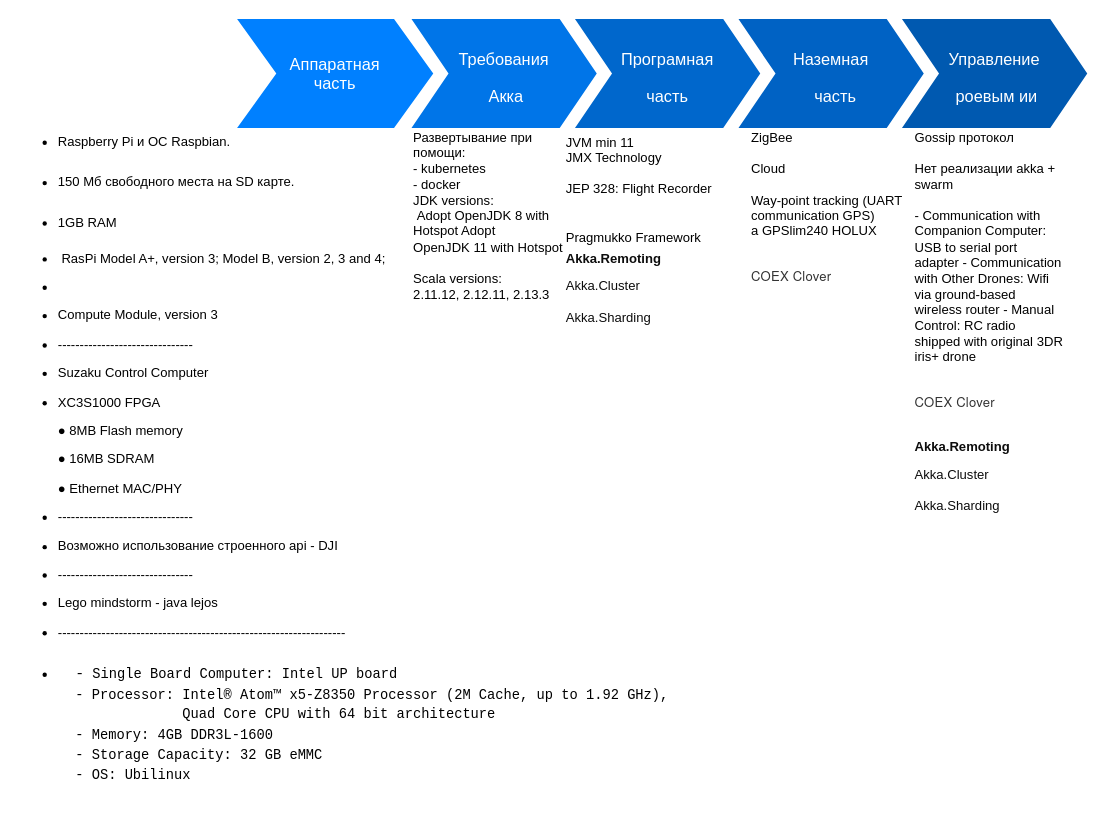
The draw.io diagram Untitled Diagram.drawio in friendlycoconut/ML_NURE_19, before the edit. Source tidied: cells renumbered, new cells numbered last; positions are measured from the earlier drawing's top-left corner, leaving out a move shared by most shapes. Both pictures are drawn from the tidied source at 109%, with x=0, y=0 at pixel (19, 19).
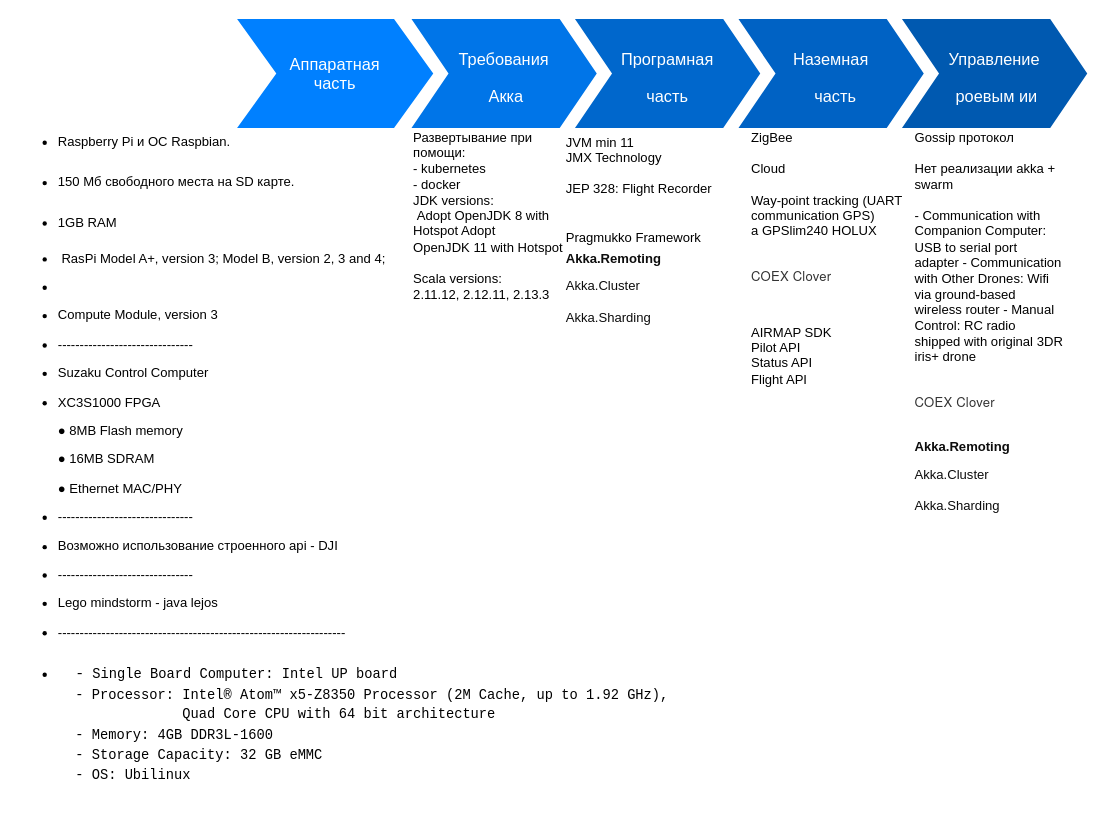
Above is the later version.

The edit, as a diff of the source:
```diff
@@
 <mxGraphModel background="#ffffff">
   <root>
     <mxCell id="0" />
     <mxCell id="1" parent="0" />
     <mxCell id="2" value="Аппаратная&lt;br style=&quot;font-size: 15px;&quot;&gt;часть" style="shape=step;whiteSpace=wrap;html=1;fontSize=15;fillColor=#0080FF;fontColor=#FFFFFF;strokeColor=none;" parent="1" vertex="1">
       <mxGeometry x="200" width="180" height="100" as="geometry" />
     </mxCell>
     <mxCell id="3" value="&lt;font style=&quot;font-size: 15px&quot;&gt;Требования&lt;br&gt;&amp;nbsp;Акка&lt;/font&gt;" style="shape=step;whiteSpace=wrap;html=1;fontSize=28;fillColor=#0075E8;fontColor=#FFFFFF;strokeColor=none;" parent="1" vertex="1">
       <mxGeometry x="360" width="170" height="100" as="geometry" />
     </mxCell>
     <mxCell id="4" value="&lt;font style=&quot;font-size: 15px&quot;&gt;Програмная &lt;br&gt;часть&lt;/font&gt;" style="shape=step;whiteSpace=wrap;html=1;fontSize=28;fillColor=#0067CC;fontColor=#FFFFFF;strokeColor=none;" parent="1" vertex="1">
       <mxGeometry x="510" width="170" height="100" as="geometry" />
     </mxCell>
     <mxCell id="5" value="&lt;span style=&quot;font-size: 15px&quot;&gt;Наземная&lt;br&gt;&amp;nbsp; часть&lt;/span&gt;" style="shape=step;whiteSpace=wrap;html=1;fontSize=28;fillColor=#0062C4;fontColor=#FFFFFF;strokeColor=none;" parent="1" vertex="1">
       <mxGeometry x="660" width="170" height="100" as="geometry" />
     </mxCell>
     <mxCell id="6" value="&lt;font style=&quot;font-size: 15px&quot;&gt;Управление&lt;br&gt;&amp;nbsp;роевым ии&lt;/font&gt;" style="shape=step;whiteSpace=wrap;html=1;fontSize=28;fillColor=#0059B0;fontColor=#FFFFFF;strokeColor=none;" parent="1" vertex="1">
       <mxGeometry x="810" width="170" height="100" as="geometry" />
     </mxCell>
     <mxCell id="7" value="&lt;p&gt;&lt;/p&gt;&lt;ul style=&quot;margin: 0px 0px 0px 34px ; padding: 0px ; background-color: rgb(255 , 255 , 255)&quot;&gt;&lt;li style=&quot;padding: 0px 0px 9px ; line-height: 1.6&quot;&gt;&lt;font style=&quot;font-size: 12px&quot;&gt;Raspberry Pi и ОС Raspbian.&lt;/font&gt;&lt;/li&gt;&lt;/ul&gt;&lt;ul style=&quot;margin: 0px 0px 0px 34px ; padding: 0px ; background-color: rgb(255 , 255 , 255)&quot;&gt;&lt;li style=&quot;padding: 9px 0px ; line-height: 1.6&quot;&gt;&lt;font style=&quot;font-size: 12px&quot;&gt;150 Мб свободного места на SD карте.&lt;/font&gt;&lt;/li&gt;&lt;li style=&quot;padding: 9px 0px ; line-height: 1.6&quot;&gt;1GB RAM&lt;/li&gt;&lt;/ul&gt;&lt;ul style=&quot;margin: 0px 0px 0px 34px ; padding: 0px ; background-color: rgb(255 , 255 , 255)&quot;&gt;&lt;li style=&quot;line-height: 26.4px&quot;&gt;&lt;font style=&quot;font-size: 12px&quot;&gt;&amp;nbsp;RasPi Model A+, version 3;&amp;nbsp;&lt;/font&gt;Model B, version 2, 3 and 4;&amp;nbsp;&lt;/li&gt;&lt;li style=&quot;line-height: 26.4px&quot;&gt;&lt;br&gt;&lt;/li&gt;&lt;li style=&quot;line-height: 26.4px&quot;&gt;Compute Module, version 3&lt;/li&gt;&lt;li style=&quot;line-height: 26.4px&quot;&gt;-------------------------------&lt;/li&gt;&lt;li style=&quot;line-height: 26.4px&quot;&gt;Suzaku Control Computer&lt;br&gt;&lt;/li&gt;&lt;li style=&quot;line-height: 26.4px&quot;&gt;XC3S1000 FPGA&lt;br&gt;● 8MB Flash memory&lt;br&gt;● 16MB SDRAM&lt;br&gt;● Ethernet MAC/PHY&lt;br&gt;&lt;/li&gt;&lt;li style=&quot;line-height: 26.4px&quot;&gt;-------------------------------&lt;/li&gt;&lt;li style=&quot;line-height: 26.4px&quot;&gt;Возможно использование строенного api - DJI&lt;/li&gt;&lt;li style=&quot;line-height: 26.4px&quot;&gt;-------------------------------&lt;/li&gt;&lt;li style=&quot;line-height: 26.4px&quot;&gt;Lego mindstorm -&amp;nbsp;java lejos&lt;/li&gt;&lt;li style=&quot;line-height: 26.4px&quot;&gt;------------------------------------------------------------------&lt;/li&gt;&lt;li style=&quot;line-height: 26.4px&quot;&gt;&lt;pre style=&quot;box-sizing: border-box ; margin-top: 0px ; margin-bottom: 16px ; overflow-wrap: normal ; padding: 16px ; overflow: auto ; line-height: 1.45 ; border-radius: 6px&quot;&gt;&lt;code style=&quot;box-sizing: border-box ; padding: 0px ; margin: 0px ; background: transparent ; border-radius: 6px ; word-break: normal ; border: 0px ; display: inline ; overflow: visible ; line-height: inherit ; overflow-wrap: normal&quot;&gt;&lt;span style=&quot;font-size: 13.6px&quot;&gt;-&lt;/span&gt;&lt;font style=&quot;font-size: 12.6px&quot;&gt; Single Board Computer: Intel UP board&lt;br&gt;- Processor: Intel® Atom™ x5-Z8350 Processor (2M Cache, up to 1.92 GHz),&lt;br&gt;             Quad Core CPU with 64 bit architecture&lt;br&gt;- Memory: 4GB DDR3L-1600&lt;br&gt;- Storage Capacity: 32 GB eMMC&lt;br&gt;- OS: Ubilinux&lt;/font&gt;&lt;/code&gt;&lt;/pre&gt;&lt;/li&gt;&lt;/ul&gt;&lt;p&gt;&lt;/p&gt;" style="text;spacingTop=-5;fillColor=#ffffff;whiteSpace=wrap;html=1;align=left;fontSize=12;fontFamily=Helvetica;fillColor=none;strokeColor=none;" parent="1" vertex="1">
       <mxGeometry y="90" width="390" height="490" as="geometry" />
     </mxCell>
     <mxCell id="8" value="&lt;p style=&quot;margin: 5px 0px 2px ; padding: 0px ; line-height: 1.2em ; min-height: 23px&quot;&gt;&lt;font style=&quot;font-size: 12px&quot;&gt;JVM min 11&lt;br&gt;JMX Technology&lt;/font&gt;&lt;/p&gt;&lt;h1 style=&quot;padding: 0pt ; margin: 0ex 0.5ex 1ex 0pt&quot;&gt;&lt;font style=&quot;font-weight: normal ; font-size: 12px&quot;&gt;JEP 328: Flight Recorder&lt;br&gt;&lt;/font&gt;&lt;/h1&gt;&lt;div&gt;&lt;font style=&quot;font-weight: normal ; font-size: 12px&quot;&gt;&lt;br&gt;&lt;/font&gt;&lt;/div&gt;&lt;div&gt;&lt;font style=&quot;font-size: 12px&quot;&gt;Pragmukko Framework&lt;/font&gt;&lt;/div&gt;&lt;div&gt;&lt;h4 style=&quot;margin: 0px ; padding: 0px 0px 6px ; border: 0px ; outline: 0px ; vertical-align: top ; line-height: 24px ; position: relative ; color: rgb(13 , 13 , 13) ; background-color: rgb(255 , 255 , 255)&quot;&gt;&lt;font style=&quot;font-size: 12px&quot;&gt;Akka.Remoting&lt;/font&gt;&lt;/h4&gt;&lt;/div&gt;&lt;div&gt;&lt;span style=&quot;color: rgb(13 , 13 , 13) ; background-color: rgb(255 , 255 , 255)&quot;&gt;&lt;font style=&quot;font-size: 12px&quot;&gt;Akka.Cluster&lt;/font&gt;&lt;/span&gt;&lt;br&gt;&lt;/div&gt;&lt;div&gt;&lt;span style=&quot;color: rgb(13 , 13 , 13) ; background-color: rgb(255 , 255 , 255)&quot;&gt;&lt;font style=&quot;font-size: 12px&quot;&gt;&lt;br&gt;&lt;/font&gt;&lt;/span&gt;&lt;/div&gt;&lt;div&gt;&lt;span style=&quot;color: rgb(13 , 13 , 13) ; background-color: rgb(255 , 255 , 255)&quot;&gt;&lt;font style=&quot;font-size: 12px&quot;&gt;Akka.Sharding&lt;/font&gt;&lt;/span&gt;&lt;/div&gt;" style="text;spacingTop=-5;fillColor=#ffffff;whiteSpace=wrap;html=1;align=left;fontSize=12;fontFamily=Helvetica;fillColor=none;strokeColor=none;" parent="1" vertex="1">
       <mxGeometry x="500" y="100" width="160" height="470" as="geometry" />
     </mxCell>
-    <mxCell id="9" value="ZigBee&lt;br&gt;&lt;br&gt;Cloud&lt;br&gt;&lt;br&gt;Way-point tracking (UART communication GPS)&lt;br&gt;a GPSlim240 HOLUX&lt;br&gt;&lt;br&gt;&lt;h1 id=&quot;coex-clover&quot; style=&quot;box-sizing: border-box ; margin: 0px 0px 0.85em ; position: relative ; color: rgb(51 , 51 , 51) ; font-family: &amp;#34;helvetica neue&amp;#34; , &amp;#34;helvetica&amp;#34; , &amp;#34;arial&amp;#34; , sans-serif ; letter-spacing: 0.2px ; background-color: rgb(255 , 255 , 255)&quot;&gt;&lt;font style=&quot;font-weight: normal ; font-size: 12px&quot;&gt;COEX Clover&lt;/font&gt;&lt;/h1&gt;" style="text;spacingTop=-5;fillColor=#ffffff;whiteSpace=wrap;html=1;align=left;fontSize=12;fontFamily=Helvetica;fillColor=none;strokeColor=none;" parent="1" vertex="1">
+    <mxCell id="9" value="ZigBee&lt;br&gt;&lt;br&gt;Cloud&lt;br&gt;&lt;br&gt;Way-point tracking (UART communication GPS)&lt;br&gt;a GPSlim240 HOLUX&lt;br&gt;&lt;br&gt;&lt;h1 id=&quot;coex-clover&quot; style=&quot;box-sizing: border-box ; margin: 0px 0px 0.85em ; position: relative ; color: rgb(51 , 51 , 51) ; font-family: &amp;#34;helvetica neue&amp;#34; , &amp;#34;helvetica&amp;#34; , &amp;#34;arial&amp;#34; , sans-serif ; letter-spacing: 0.2px ; background-color: rgb(255 , 255 , 255)&quot;&gt;&lt;font style=&quot;font-weight: normal ; font-size: 12px&quot;&gt;COEX Clover&lt;/font&gt;&lt;/h1&gt;&lt;div&gt;&lt;font style=&quot;font-weight: normal ; font-size: 12px&quot;&gt;&lt;br&gt;&lt;/font&gt;&lt;/div&gt;&lt;div&gt;&lt;font style=&quot;font-weight: normal ; font-size: 12px&quot;&gt;AIRMAP SDK&lt;/font&gt;&lt;/div&gt;&lt;div&gt;&lt;font style=&quot;font-weight: normal ; font-size: 12px&quot;&gt;Pilot API&lt;/font&gt;&lt;/div&gt;&lt;div&gt;&lt;font style=&quot;font-weight: normal ; font-size: 12px&quot;&gt;Status API&lt;/font&gt;&lt;/div&gt;&lt;div&gt;&lt;font style=&quot;font-weight: normal ; font-size: 12px&quot;&gt;Flight API&lt;/font&gt;&lt;/div&gt;" style="text;spacingTop=-5;fillColor=#ffffff;whiteSpace=wrap;html=1;align=left;fontSize=12;fontFamily=Helvetica;fillColor=none;strokeColor=none;" parent="1" vertex="1">
       <mxGeometry x="670" y="100" width="150" height="470" as="geometry" />
     </mxCell>
     <mxCell id="10" value="&lt;font style=&quot;font-size: 12px&quot;&gt;Gossip протокол&lt;br&gt;&lt;br&gt;Нет реализации akka + swarm&lt;br&gt;&lt;br&gt;- Communication with Companion Computer: USB to serial port adapter - Communication with Other Drones: Wifi via ground-based wireless router - Manual Control: RC radio shipped with original 3DR iris+ drone&lt;br&gt;&lt;br&gt;&lt;/font&gt;&lt;h1 id=&quot;coex-clover&quot; style=&quot;box-sizing: border-box ; margin-right: 0px ; margin-bottom: 0.85em ; margin-left: 0px ; position: relative ; color: rgb(51 , 51 , 51) ; font-family: &amp;#34;helvetica neue&amp;#34; , &amp;#34;helvetica&amp;#34; , &amp;#34;arial&amp;#34; , sans-serif ; letter-spacing: 0.2px ; background-color: rgb(255 , 255 , 255) ; margin-top: 0px&quot;&gt;&lt;font style=&quot;font-weight: normal ; font-size: 12px&quot;&gt;COEX Clover&lt;/font&gt;&lt;/h1&gt;&lt;div&gt;&lt;font style=&quot;font-weight: normal ; font-size: 12px&quot;&gt;&lt;div&gt;&lt;h4 style=&quot;margin: 0px ; padding: 0px 0px 6px ; border: 0px ; outline: 0px ; vertical-align: top ; line-height: 24px ; position: relative ; color: rgb(13 , 13 , 13) ; background-color: rgb(255 , 255 , 255)&quot;&gt;Akka.Remoting&lt;/h4&gt;&lt;/div&gt;&lt;div&gt;&lt;span style=&quot;color: rgb(13 , 13 , 13) ; background-color: rgb(255 , 255 , 255)&quot;&gt;Akka.Cluster&lt;/span&gt;&lt;br&gt;&lt;/div&gt;&lt;div&gt;&lt;span style=&quot;color: rgb(13 , 13 , 13) ; background-color: rgb(255 , 255 , 255)&quot;&gt;&lt;br&gt;&lt;/span&gt;&lt;/div&gt;&lt;div&gt;&lt;span style=&quot;color: rgb(13 , 13 , 13) ; background-color: rgb(255 , 255 , 255)&quot;&gt;Akka.Sharding&lt;/span&gt;&lt;/div&gt;&lt;/font&gt;&lt;/div&gt;" style="text;spacingTop=-5;fillColor=#ffffff;whiteSpace=wrap;html=1;align=left;fontSize=12;fontFamily=Helvetica;fillColor=none;strokeColor=none;" parent="1" vertex="1">
       <mxGeometry x="820" y="100" width="140" height="470" as="geometry" />
     </mxCell>
     <mxCell id="11" value="&lt;font style=&quot;font-size: 12px&quot;&gt;Развертывание при помощи:&amp;nbsp;&lt;br&gt;- kubernetes&lt;br&gt;- docker&lt;br&gt;JDK versions:&lt;br&gt;&amp;nbsp;Adopt OpenJDK 8 with Hotspot Adopt &lt;br&gt;OpenJDK 11 with Hotspot&lt;br&gt;&lt;br&gt;Scala versions:&amp;nbsp;&lt;br&gt;2.11.12, 2.12.11, 2.13.3&lt;br&gt;&lt;br&gt;&lt;br&gt;&lt;/font&gt;" style="text;spacingTop=-5;fillColor=#ffffff;whiteSpace=wrap;html=1;align=left;fontSize=12;fontFamily=Helvetica;fillColor=none;strokeColor=none;" parent="1" vertex="1">
       <mxGeometry x="360" y="100" width="160" height="470" as="geometry" />
     </mxCell>
   </root>
 </mxGraphModel>
```
